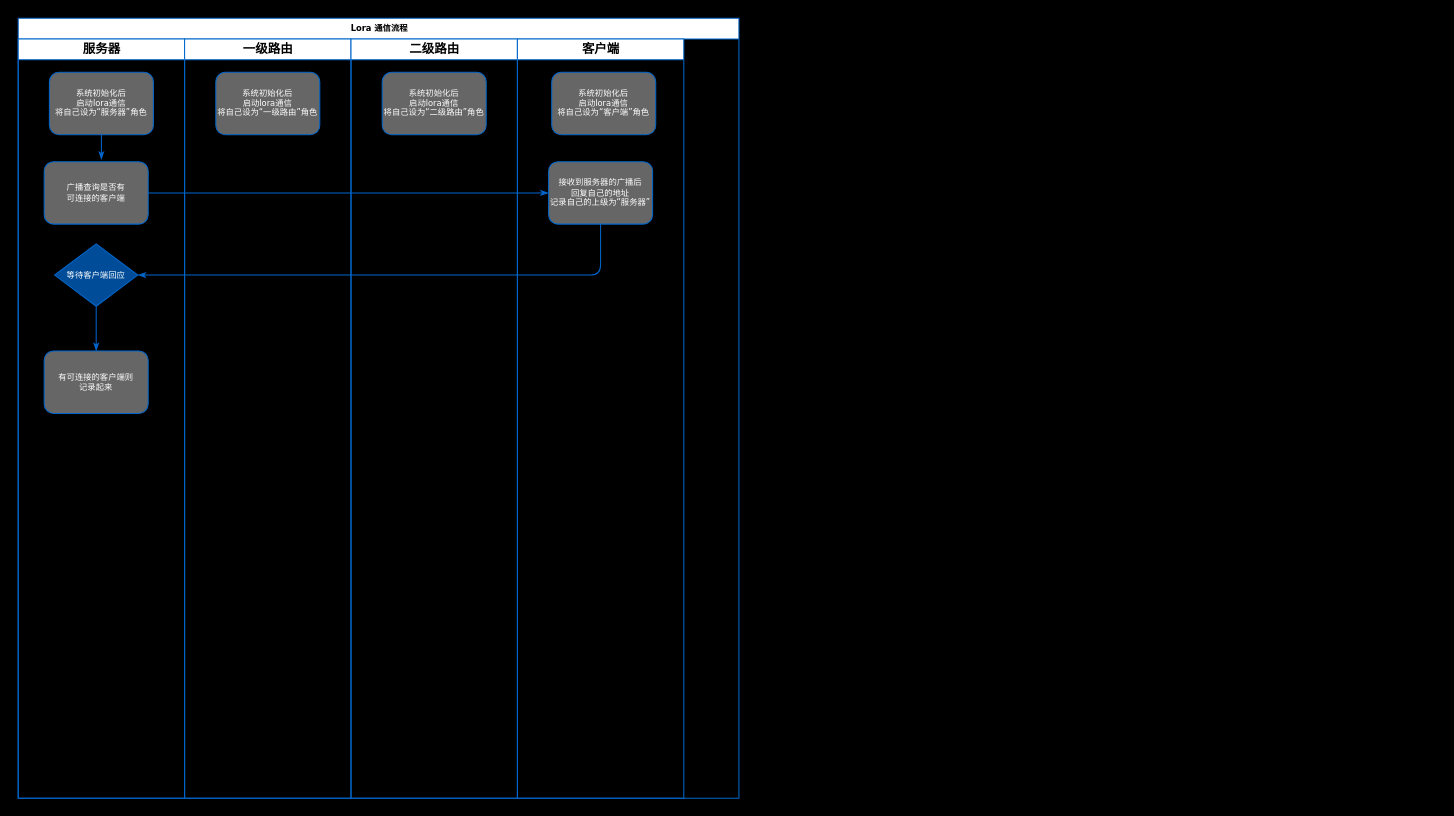
Earlier version of the draw.io diagram Lora_protocol_uml.drawio (doctor1cong/draw_flow_chart). Source tidied: cells renumbered, new cells numbered last; positions are measured from the earlier drawing's top-left corner, leaving out a move shared by most shapes. Both pictures are drawn from the tidied source at 104%, with x=0, y=0 at pixel (18, 18).
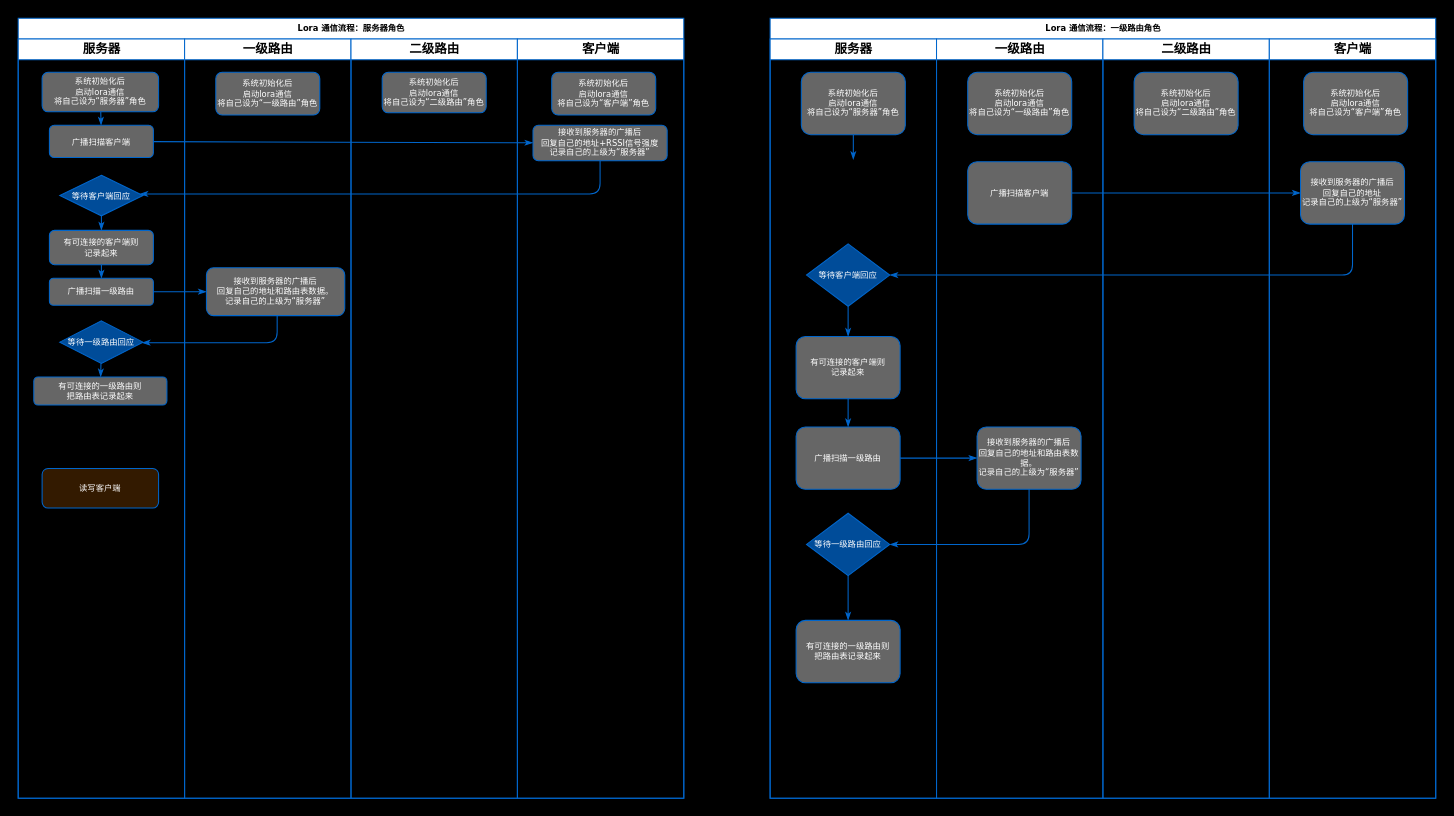
The same diagram, later.

Unchanged cells that the change refers to:
```xml
<mxCell id="3" value="&lt;font color=&quot;#000000&quot;&gt;服务器&lt;/font&gt;" style="swimlane;html=1;startSize=20;strokeColor=#0066CC;fontColor=#FFFFFF;" parent="2" vertex="1">
  <mxGeometry y="20" width="160" height="730" as="geometry" />
</mxCell>
<mxCell id="10" value="一级路由" style="swimlane;html=1;startSize=20;strokeColor=#0066CC;" parent="2" vertex="1">
  <mxGeometry x="160" y="20" width="160" height="730" as="geometry" />
</mxCell>
<mxCell id="12" value="二级路由" style="swimlane;html=1;startSize=20;strokeColor=#0066CC;" parent="2" vertex="1">
  <mxGeometry x="320" y="20" width="160" height="730" as="geometry" />
</mxCell>
<mxCell id="14" value="客户端" style="swimlane;html=1;startSize=20;strokeColor=#0066CC;" parent="2" vertex="1">
  <mxGeometry x="480" y="20" width="160" height="730" as="geometry" />
</mxCell>
```

Diff of the diagram source:
```diff
@@
-    <mxCell id="2" value="Lora 通信流程" style="swimlane;html=1;startSize=20;rounded=0;shadow=0;labelBackgroundColor=none;strokeWidth=1;fontFamily=Verdana;fontSize=8;align=center;strokeColor=#0066CC;" parent="1" vertex="1">
-      <mxGeometry width="693" height="750" as="geometry" />
+    <mxCell id="2" value="Lora 通信流程：服务器角色" style="swimlane;html=1;startSize=20;rounded=0;shadow=0;labelBackgroundColor=none;strokeWidth=1;fontFamily=Verdana;fontSize=8;align=center;strokeColor=#0066CC;" parent="1" vertex="1">
+      <mxGeometry width="640" height="750" as="geometry" />
     </mxCell>
@@
     <mxCell id="4" value="系统初始化后&lt;div&gt;启动lora通信&lt;/div&gt;&lt;div&gt;将自己设为“服务器”角色&lt;/div&gt;" style="rounded=1;whiteSpace=wrap;html=1;shadow=0;labelBackgroundColor=none;strokeWidth=1;fontFamily=Verdana;fontSize=8;align=center;strokeColor=#0066CC;fillColor=#666666;fontColor=#FFFFFF;" parent="3" vertex="1">
-      <mxGeometry x="30" y="32" width="100" height="60" as="geometry" />
+      <mxGeometry x="23" y="32" width="112" height="38" as="geometry" />
     </mxCell>
-    <mxCell id="5" style="rounded=1;html=1;labelBackgroundColor=none;startArrow=none;startFill=0;startSize=5;endArrow=classicThin;endFill=1;endSize=5;jettySize=auto;strokeWidth=1;fontFamily=Verdana;fontSize=8;strokeColor=#0066CC;" parent="3" edge="1" source="4">
-      <mxGeometry relative="1" as="geometry">
-        <mxPoint x="80" y="116" as="targetPoint" />
-      </mxGeometry>
+    <mxCell id="5" style="rounded=1;html=1;labelBackgroundColor=none;startArrow=none;startFill=0;startSize=5;endArrow=classicThin;endFill=1;endSize=5;jettySize=auto;strokeWidth=1;fontFamily=Verdana;fontSize=8;strokeColor=#0066CC;" parent="3" edge="1" source="4" target="6">
+      <mxGeometry relative="1" as="geometry" />
     </mxCell>
-    <mxCell id="6" value="广播查询是否有&lt;div&gt;可连接的客户端&lt;/div&gt;" style="rounded=1;whiteSpace=wrap;html=1;shadow=0;labelBackgroundColor=none;strokeWidth=1;fontFamily=Verdana;fontSize=8;align=center;strokeColor=#0066CC;fillColor=#666666;fontColor=#FFFFFF;" parent="3" vertex="1">
-      <mxGeometry x="25" y="118" width="100" height="60" as="geometry" />
+    <mxCell id="6" value="广播扫描&lt;span style=&quot;background-color: initial;&quot;&gt;客户端&lt;/span&gt;" style="rounded=1;whiteSpace=wrap;html=1;shadow=0;labelBackgroundColor=none;strokeWidth=1;fontFamily=Verdana;fontSize=8;align=center;strokeColor=#0066CC;fillColor=#666666;fontColor=#FFFFFF;" parent="3" vertex="1">
+      <mxGeometry x="30" y="83" width="100" height="31" as="geometry" />
     </mxCell>
     <mxCell id="7" value="等待客户端回应" style="rhombus;whiteSpace=wrap;html=1;rounded=0;shadow=0;labelBackgroundColor=none;strokeWidth=1;fontFamily=Verdana;fontSize=8;align=center;strokeColor=#0066CC;fillColor=#004C99;fontColor=#FFFFFF;" parent="3" vertex="1">
-      <mxGeometry x="35" y="197" width="80" height="60" as="geometry" />
+      <mxGeometry x="40" y="131" width="80" height="39" as="geometry" />
     </mxCell>
     <mxCell id="8" value="有可连接的客户端则&lt;div&gt;记录起来&lt;/div&gt;" style="rounded=1;whiteSpace=wrap;html=1;shadow=0;labelBackgroundColor=none;strokeWidth=1;fontFamily=Verdana;fontSize=8;align=center;strokeColor=#0066CC;fillColor=#666666;fontColor=#FFFFFF;" parent="3" vertex="1">
-      <mxGeometry x="25" y="300" width="100" height="60" as="geometry" />
+      <mxGeometry x="30" y="184" width="100" height="33" as="geometry" />
     </mxCell>
@@
+    <mxCell id="19" value="广播&lt;span style=&quot;background-color: initial;&quot;&gt;扫描一级路由&lt;/span&gt;" style="rounded=1;whiteSpace=wrap;html=1;shadow=0;labelBackgroundColor=none;strokeWidth=1;fontFamily=Verdana;fontSize=8;align=center;strokeColor=#0066CC;fillColor=#666666;fontColor=#FFFFFF;" parent="3" vertex="1">
+      <mxGeometry x="30" y="230" width="100" height="26" as="geometry" />
+    </mxCell>
+    <mxCell id="20" style="rounded=1;html=1;labelBackgroundColor=none;startArrow=none;startFill=0;startSize=5;endArrow=classicThin;endFill=1;endSize=5;jettySize=auto;strokeWidth=1;fontFamily=Verdana;fontSize=8;strokeColor=#0066CC;" parent="3" edge="1" source="8" target="19">
+      <mxGeometry relative="1" as="geometry" />
+    </mxCell>
+    <mxCell id="21" value="等待一级路由回应" style="rhombus;whiteSpace=wrap;html=1;rounded=0;shadow=0;labelBackgroundColor=none;strokeWidth=1;fontFamily=Verdana;fontSize=8;align=center;strokeColor=#0066CC;fillColor=#004C99;fontColor=#FFFFFF;" parent="3" vertex="1">
+      <mxGeometry x="40" y="271" width="80" height="41" as="geometry" />
+    </mxCell>
+    <mxCell id="22" value="有可连接的一级路由则&lt;div&gt;把路由表记录起来&lt;/div&gt;" style="rounded=1;whiteSpace=wrap;html=1;shadow=0;labelBackgroundColor=none;strokeWidth=1;fontFamily=Verdana;fontSize=8;align=center;strokeColor=#0066CC;fillColor=#666666;fontColor=#FFFFFF;" parent="3" vertex="1">
+      <mxGeometry x="15" y="325" width="128" height="27" as="geometry" />
+    </mxCell>
+    <mxCell id="23" style="rounded=1;html=1;labelBackgroundColor=none;startArrow=none;startFill=0;startSize=5;endArrow=classicThin;endFill=1;endSize=5;jettySize=auto;strokeWidth=1;fontFamily=Verdana;fontSize=8;strokeColor=#0066CC;" parent="3" edge="1" source="21" target="22">
+      <mxGeometry relative="1" as="geometry" />
+    </mxCell>
+    <mxCell id="24" value="读写客户端" style="rounded=1;whiteSpace=wrap;html=1;shadow=0;labelBackgroundColor=none;strokeWidth=1;fontFamily=Verdana;fontSize=8;align=center;strokeColor=#0066CC;fillColor=#331A00;fontColor=#FFFFFF;" parent="3" vertex="1">
+      <mxGeometry x="23" y="413" width="112" height="38" as="geometry" />
+    </mxCell>
@@
     <mxCell id="11" value="系统初始化后&lt;div&gt;启动lora通信&lt;/div&gt;&lt;div&gt;将自己设为“一级路由”角色&lt;/div&gt;" style="rounded=1;whiteSpace=wrap;html=1;shadow=0;labelBackgroundColor=none;strokeWidth=1;fontFamily=Verdana;fontSize=8;align=center;strokeColor=#0066CC;fillColor=#666666;fontColor=#FFFFFF;" parent="10" vertex="1">
-      <mxGeometry x="30" y="32" width="100" height="60" as="geometry" />
+      <mxGeometry x="30" y="32" width="100" height="41" as="geometry" />
     </mxCell>
+    <mxCell id="25" style="edgeStyle=orthogonalEdgeStyle;rounded=0;jettySize=auto;html=1;" parent="10" edge="1" source="26">
+      <mxGeometry relative="1" as="geometry">
+        <mxPoint x="152.4" y="250" as="targetPoint" />
+      </mxGeometry>
+    </mxCell>
+    <mxCell id="26" value="接收到服务器的广播后&lt;div&gt;回复自己的地址和路由表数据。&lt;/div&gt;&lt;div&gt;记录自己的上级为“服务器”&lt;/div&gt;" style="rounded=1;whiteSpace=wrap;html=1;shadow=0;labelBackgroundColor=none;strokeWidth=1;fontFamily=Verdana;fontSize=8;align=center;strokeColor=#0066CC;fillColor=#666666;fontColor=#FFFFFF;" parent="10" vertex="1">
+      <mxGeometry x="21" y="220" width="133" height="46" as="geometry" />
+    </mxCell>
@@
     <mxCell id="13" value="系统初始化后&lt;div&gt;启动lora通信&lt;/div&gt;&lt;div&gt;将自己设为“二级路由”角色&lt;/div&gt;" style="rounded=1;whiteSpace=wrap;html=1;shadow=0;labelBackgroundColor=none;strokeWidth=1;fontFamily=Verdana;fontSize=8;align=center;strokeColor=#0066CC;fillColor=#666666;fontColor=#FFFFFF;" parent="12" vertex="1">
-      <mxGeometry x="30" y="32" width="100" height="60" as="geometry" />
+      <mxGeometry x="30" y="32" width="100" height="39" as="geometry" />
     </mxCell>
@@
-    <mxCell id="15" value="接收到服务器的广播后&lt;div&gt;回复自己的地址&lt;/div&gt;&lt;div&gt;记录自己的上级为“服务器”&lt;/div&gt;" style="rounded=1;whiteSpace=wrap;html=1;shadow=0;labelBackgroundColor=none;strokeWidth=1;fontFamily=Verdana;fontSize=8;align=center;strokeColor=#0066CC;fillColor=#666666;fontColor=#FFFFFF;" parent="14" vertex="1">
-      <mxGeometry x="30" y="118" width="100" height="60" as="geometry" />
+    <mxCell id="15" value="接收到服务器的广播后&lt;div&gt;回复自己的地址+RSSI信号强度&lt;/div&gt;&lt;div&gt;记录自己的上级为“服务器”&lt;/div&gt;" style="rounded=1;whiteSpace=wrap;html=1;shadow=0;labelBackgroundColor=none;strokeWidth=1;fontFamily=Verdana;fontSize=8;align=center;strokeColor=#0066CC;fillColor=#666666;fontColor=#FFFFFF;" parent="14" vertex="1">
+      <mxGeometry x="15" y="83" width="129" height="34" as="geometry" />
     </mxCell>
     <mxCell id="16" value="系统初始化后&lt;div&gt;启动lora通信&lt;/div&gt;&lt;div&gt;将自己设为“客户端”角色&lt;/div&gt;" style="rounded=1;whiteSpace=wrap;html=1;shadow=0;labelBackgroundColor=none;strokeWidth=1;fontFamily=Verdana;fontSize=8;align=center;strokeColor=#0066CC;fillColor=#666666;fontColor=#FFFFFF;" parent="14" vertex="1">
-      <mxGeometry x="33" y="32" width="100" height="60" as="geometry" />
+      <mxGeometry x="33" y="32" width="100" height="41" as="geometry" />
     </mxCell>
-    <mxCell id="17" style="edgeStyle=orthogonalEdgeStyle;rounded=1;html=1;labelBackgroundColor=none;startArrow=none;startFill=0;startSize=5;endArrow=classicThin;endFill=1;endSize=5;jettySize=auto;strokeWidth=1;fontFamily=Verdana;fontSize=8;strokeColor=#0066CC;" parent="2" edge="1" source="6" target="15">
+    <mxCell id="17" style="rounded=1;html=1;labelBackgroundColor=none;startArrow=none;startFill=0;startSize=5;endArrow=classicThin;endFill=1;endSize=5;jettySize=auto;strokeWidth=1;fontFamily=Verdana;fontSize=8;strokeColor=#0066CC;" parent="2" edge="1" source="6" target="15">
       <mxGeometry relative="1" as="geometry" />
     </mxCell>
     <mxCell id="18" style="edgeStyle=orthogonalEdgeStyle;rounded=1;html=1;labelBackgroundColor=none;startArrow=none;startFill=0;startSize=5;endArrow=classicThin;endFill=1;endSize=5;jettySize=auto;strokeWidth=1;fontFamily=Verdana;fontSize=8;strokeColor=#0066CC;" parent="2" edge="1" source="15" target="7">
       <mxGeometry relative="1" as="geometry">
         <Array as="points">
-          <mxPoint x="560" y="247" />
+          <mxPoint x="560" y="169" />
         </Array>
       </mxGeometry>
     </mxCell>
+    <mxCell id="27" style="rounded=1;html=1;labelBackgroundColor=none;startArrow=none;startFill=0;startSize=5;endArrow=classicThin;endFill=1;endSize=5;jettySize=auto;strokeWidth=1;fontFamily=Verdana;fontSize=8;strokeColor=#0066CC;" parent="2" edge="1" source="19" target="26">
+      <mxGeometry relative="1" as="geometry" />
+    </mxCell>
+    <mxCell id="28" style="edgeStyle=orthogonalEdgeStyle;rounded=1;html=1;labelBackgroundColor=none;startArrow=none;startFill=0;startSize=5;endArrow=classicThin;endFill=1;endSize=5;jettySize=auto;strokeWidth=1;fontFamily=Verdana;fontSize=8;strokeColor=#0066CC;" parent="2" edge="1" source="26" target="21">
+      <mxGeometry relative="1" as="geometry">
+        <Array as="points">
+          <mxPoint x="249" y="312" />
+        </Array>
+      </mxGeometry>
+    </mxCell>
+    <mxCell id="29" value="Lora 通信流程：一级路由角色" style="swimlane;html=1;startSize=20;rounded=0;shadow=0;labelBackgroundColor=none;strokeWidth=1;fontFamily=Verdana;fontSize=8;align=center;strokeColor=#0066CC;" parent="1" vertex="1">
+      <mxGeometry x="723" width="640" height="750" as="geometry" />
+    </mxCell>
+    <mxCell id="30" value="&lt;font color=&quot;#000000&quot;&gt;服务器&lt;/font&gt;" style="swimlane;html=1;startSize=20;strokeColor=#0066CC;fontColor=#FFFFFF;" parent="29" vertex="1">
+      <mxGeometry y="20" width="160" height="730" as="geometry" />
+    </mxCell>
+    <mxCell id="31" value="系统初始化后&lt;div&gt;启动lora通信&lt;/div&gt;&lt;div&gt;将自己设为“服务器”角色&lt;/div&gt;" style="rounded=1;whiteSpace=wrap;html=1;shadow=0;labelBackgroundColor=none;strokeWidth=1;fontFamily=Verdana;fontSize=8;align=center;strokeColor=#0066CC;fillColor=#666666;fontColor=#FFFFFF;" parent="30" vertex="1">
+      <mxGeometry x="30" y="32" width="100" height="60" as="geometry" />
+    </mxCell>
+    <mxCell id="32" style="rounded=1;html=1;labelBackgroundColor=none;startArrow=none;startFill=0;startSize=5;endArrow=classicThin;endFill=1;endSize=5;jettySize=auto;strokeWidth=1;fontFamily=Verdana;fontSize=8;strokeColor=#0066CC;" parent="30" edge="1" source="31">
+      <mxGeometry relative="1" as="geometry">
+        <mxPoint x="80" y="116" as="targetPoint" />
+      </mxGeometry>
+    </mxCell>
+    <mxCell id="33" value="等待客户端回应" style="rhombus;whiteSpace=wrap;html=1;rounded=0;shadow=0;labelBackgroundColor=none;strokeWidth=1;fontFamily=Verdana;fontSize=8;align=center;strokeColor=#0066CC;fillColor=#004C99;fontColor=#FFFFFF;" parent="30" vertex="1">
+      <mxGeometry x="35" y="197" width="80" height="60" as="geometry" />
+    </mxCell>
+    <mxCell id="34" value="有可连接的客户端则&lt;div&gt;记录起来&lt;/div&gt;" style="rounded=1;whiteSpace=wrap;html=1;shadow=0;labelBackgroundColor=none;strokeWidth=1;fontFamily=Verdana;fontSize=8;align=center;strokeColor=#0066CC;fillColor=#666666;fontColor=#FFFFFF;" parent="30" vertex="1">
+      <mxGeometry x="25" y="286" width="100" height="60" as="geometry" />
+    </mxCell>
+    <mxCell id="35" style="rounded=1;html=1;labelBackgroundColor=none;startArrow=none;startFill=0;startSize=5;endArrow=classicThin;endFill=1;endSize=5;jettySize=auto;strokeWidth=1;fontFamily=Verdana;fontSize=8;strokeColor=#0066CC;" parent="30" edge="1" source="33" target="34">
+      <mxGeometry relative="1" as="geometry" />
+    </mxCell>
+    <mxCell id="36" value="广播&lt;span style=&quot;background-color: initial;&quot;&gt;扫描一级路由&lt;/span&gt;" style="rounded=1;whiteSpace=wrap;html=1;shadow=0;labelBackgroundColor=none;strokeWidth=1;fontFamily=Verdana;fontSize=8;align=center;strokeColor=#0066CC;fillColor=#666666;fontColor=#FFFFFF;" parent="30" vertex="1">
+      <mxGeometry x="25" y="373" width="100" height="60" as="geometry" />
+    </mxCell>
+    <mxCell id="37" style="rounded=1;html=1;labelBackgroundColor=none;startArrow=none;startFill=0;startSize=5;endArrow=classicThin;endFill=1;endSize=5;jettySize=auto;strokeWidth=1;fontFamily=Verdana;fontSize=8;strokeColor=#0066CC;" parent="30" edge="1" source="34" target="36">
+      <mxGeometry relative="1" as="geometry" />
+    </mxCell>
+    <mxCell id="38" value="等待一级路由回应" style="rhombus;whiteSpace=wrap;html=1;rounded=0;shadow=0;labelBackgroundColor=none;strokeWidth=1;fontFamily=Verdana;fontSize=8;align=center;strokeColor=#0066CC;fillColor=#004C99;fontColor=#FFFFFF;" parent="30" vertex="1">
+      <mxGeometry x="35" y="456" width="80" height="60" as="geometry" />
+    </mxCell>
+    <mxCell id="39" value="有可连接的一级路由则&lt;div&gt;把路由表记录起来&lt;/div&gt;" style="rounded=1;whiteSpace=wrap;html=1;shadow=0;labelBackgroundColor=none;strokeWidth=1;fontFamily=Verdana;fontSize=8;align=center;strokeColor=#0066CC;fillColor=#666666;fontColor=#FFFFFF;" parent="30" vertex="1">
+      <mxGeometry x="25" y="559" width="100" height="60" as="geometry" />
+    </mxCell>
+    <mxCell id="40" style="rounded=1;html=1;labelBackgroundColor=none;startArrow=none;startFill=0;startSize=5;endArrow=classicThin;endFill=1;endSize=5;jettySize=auto;strokeWidth=1;fontFamily=Verdana;fontSize=8;strokeColor=#0066CC;" parent="30" edge="1" source="38" target="39">
+      <mxGeometry relative="1" as="geometry" />
+    </mxCell>
+    <mxCell id="41" value="一级路由" style="swimlane;html=1;startSize=20;strokeColor=#0066CC;" parent="29" vertex="1">
+      <mxGeometry x="160" y="20" width="160" height="730" as="geometry" />
+    </mxCell>
+    <mxCell id="42" value="系统初始化后&lt;div&gt;启动lora通信&lt;/div&gt;&lt;div&gt;将自己设为“一级路由”角色&lt;/div&gt;" style="rounded=1;whiteSpace=wrap;html=1;shadow=0;labelBackgroundColor=none;strokeWidth=1;fontFamily=Verdana;fontSize=8;align=center;strokeColor=#0066CC;fillColor=#666666;fontColor=#FFFFFF;" parent="41" vertex="1">
+      <mxGeometry x="30" y="32" width="100" height="60" as="geometry" />
+    </mxCell>
+    <mxCell id="43" value="接收到服务器的广播后&lt;div&gt;回复自己的地址和路由表数据。&lt;/div&gt;&lt;div&gt;记录自己的上级为“服务器”&lt;/div&gt;" style="rounded=1;whiteSpace=wrap;html=1;shadow=0;labelBackgroundColor=none;strokeWidth=1;fontFamily=Verdana;fontSize=8;align=center;strokeColor=#0066CC;fillColor=#666666;fontColor=#FFFFFF;" parent="41" vertex="1">
+      <mxGeometry x="39" y="373" width="100" height="60" as="geometry" />
+    </mxCell>
+    <mxCell id="44" value="广播扫描&lt;span style=&quot;background-color: initial;&quot;&gt;客户端&lt;/span&gt;" style="rounded=1;whiteSpace=wrap;html=1;shadow=0;labelBackgroundColor=none;strokeWidth=1;fontFamily=Verdana;fontSize=8;align=center;strokeColor=#0066CC;fillColor=#666666;fontColor=#FFFFFF;" parent="41" vertex="1">
+      <mxGeometry x="30" y="118" width="100" height="60" as="geometry" />
+    </mxCell>
+    <mxCell id="45" value="二级路由" style="swimlane;html=1;startSize=20;strokeColor=#0066CC;" parent="29" vertex="1">
+      <mxGeometry x="320" y="20" width="160" height="730" as="geometry" />
+    </mxCell>
+    <mxCell id="46" value="系统初始化后&lt;div&gt;启动lora通信&lt;/div&gt;&lt;div&gt;将自己设为“二级路由”角色&lt;/div&gt;" style="rounded=1;whiteSpace=wrap;html=1;shadow=0;labelBackgroundColor=none;strokeWidth=1;fontFamily=Verdana;fontSize=8;align=center;strokeColor=#0066CC;fillColor=#666666;fontColor=#FFFFFF;" parent="45" vertex="1">
+      <mxGeometry x="30" y="32" width="100" height="60" as="geometry" />
+    </mxCell>
+    <mxCell id="47" value="客户端" style="swimlane;html=1;startSize=20;strokeColor=#0066CC;" parent="29" vertex="1">
+      <mxGeometry x="480" y="20" width="160" height="730" as="geometry" />
+    </mxCell>
+    <mxCell id="48" value="接收到服务器的广播后&lt;div&gt;回复自己的地址&lt;/div&gt;&lt;div&gt;记录自己的上级为“服务器”&lt;/div&gt;" style="rounded=1;whiteSpace=wrap;html=1;shadow=0;labelBackgroundColor=none;strokeWidth=1;fontFamily=Verdana;fontSize=8;align=center;strokeColor=#0066CC;fillColor=#666666;fontColor=#FFFFFF;" parent="47" vertex="1">
+      <mxGeometry x="30" y="118" width="100" height="60" as="geometry" />
+    </mxCell>
+    <mxCell id="49" value="系统初始化后&lt;div&gt;启动lora通信&lt;/div&gt;&lt;div&gt;将自己设为“客户端”角色&lt;/div&gt;" style="rounded=1;whiteSpace=wrap;html=1;shadow=0;labelBackgroundColor=none;strokeWidth=1;fontFamily=Verdana;fontSize=8;align=center;strokeColor=#0066CC;fillColor=#666666;fontColor=#FFFFFF;" parent="47" vertex="1">
+      <mxGeometry x="33" y="32" width="100" height="60" as="geometry" />
+    </mxCell>
+    <mxCell id="50" style="edgeStyle=orthogonalEdgeStyle;rounded=1;html=1;labelBackgroundColor=none;startArrow=none;startFill=0;startSize=5;endArrow=classicThin;endFill=1;endSize=5;jettySize=auto;strokeWidth=1;fontFamily=Verdana;fontSize=8;strokeColor=#0066CC;" parent="29" edge="1" source="44" target="48">
+      <mxGeometry relative="1" as="geometry" />
+    </mxCell>
+    <mxCell id="51" style="edgeStyle=orthogonalEdgeStyle;rounded=1;html=1;labelBackgroundColor=none;startArrow=none;startFill=0;startSize=5;endArrow=classicThin;endFill=1;endSize=5;jettySize=auto;strokeWidth=1;fontFamily=Verdana;fontSize=8;strokeColor=#0066CC;" parent="29" edge="1" source="48" target="33">
+      <mxGeometry relative="1" as="geometry">
+        <Array as="points">
+          <mxPoint x="560" y="247" />
+        </Array>
+      </mxGeometry>
+    </mxCell>
+    <mxCell id="52" style="rounded=1;html=1;labelBackgroundColor=none;startArrow=none;startFill=0;startSize=5;endArrow=classicThin;endFill=1;endSize=5;jettySize=auto;strokeWidth=1;fontFamily=Verdana;fontSize=8;strokeColor=#0066CC;" parent="29" edge="1" source="36" target="43">
+      <mxGeometry relative="1" as="geometry" />
+    </mxCell>
+    <mxCell id="53" style="edgeStyle=orthogonalEdgeStyle;rounded=1;html=1;labelBackgroundColor=none;startArrow=none;startFill=0;startSize=5;endArrow=classicThin;endFill=1;endSize=5;jettySize=auto;strokeWidth=1;fontFamily=Verdana;fontSize=8;strokeColor=#0066CC;" parent="29" edge="1" source="43" target="38">
+      <mxGeometry relative="1" as="geometry">
+        <Array as="points">
+          <mxPoint x="249" y="506" />
+        </Array>
+      </mxGeometry>
+    </mxCell>
```
